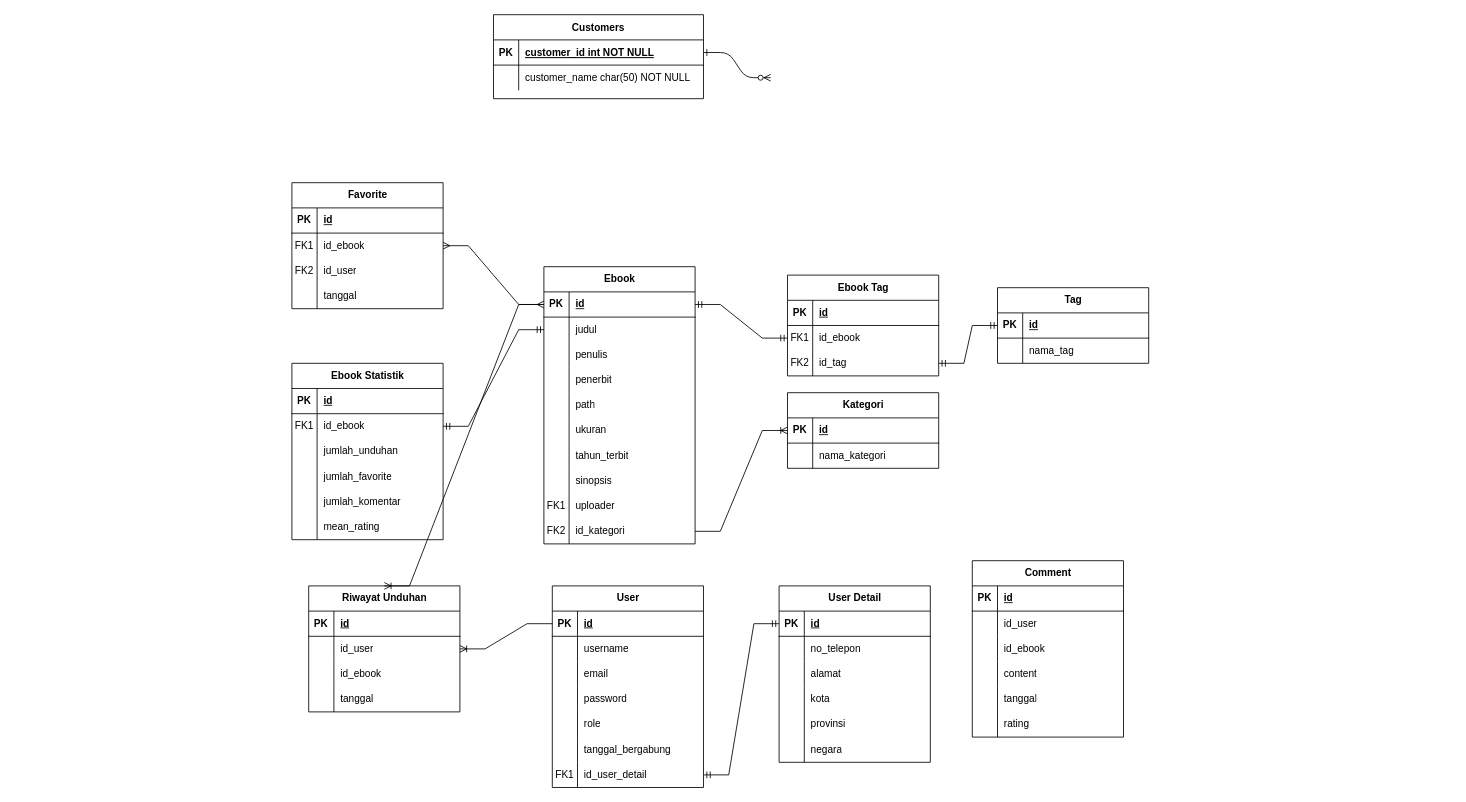
zaenal-abidin-syah/diagram keeps this draw.io diagram as ebshare-fix.drawio. Above is the earlier version. Source tidied: cells renumbered, new cells numbered last; positions are measured from the earlier drawing's top-left corner, leaving out a move shared by most shapes. Both pictures are drawn from the tidied source at 84%, with x=0, y=0 at pixel (291, 14).
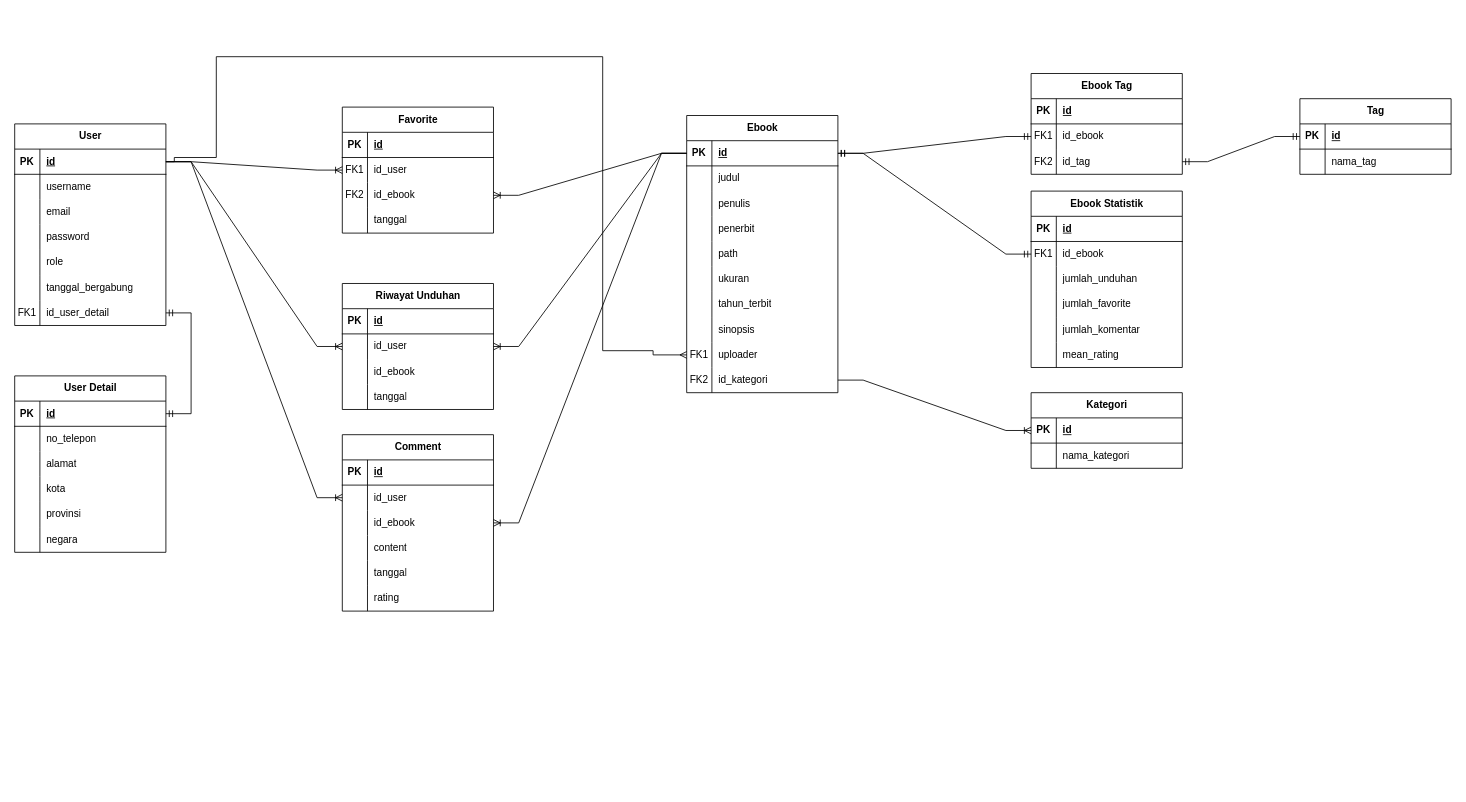
After the change.

The change refers to these unchanged cells:
```xml
<mxCell id="11" style="shape=tableRow;horizontal=0;startSize=0;swimlaneHead=0;swimlaneBody=0;fillColor=none;points=[[0,0.5],[1,0.5]];portConstraint=eastwest;top=0;left=0;right=0;bottom=1;" parent="10" vertex="1">
  <mxGeometry y="30" width="180" height="30" as="geometry" />
</mxCell>
<mxCell id="14" style="shape=tableRow;horizontal=0;startSize=0;swimlaneHead=0;swimlaneBody=0;fillColor=none;points=[[0,0.5],[1,0.5]];portConstraint=eastwest;top=0;left=0;right=0;bottom=0;" parent="10" vertex="1">
  <mxGeometry y="60" width="180" height="30" as="geometry" />
</mxCell>
<mxCell id="35" style="shape=tableRow;horizontal=0;startSize=0;swimlaneHead=0;swimlaneBody=0;fillColor=none;points=[[0,0.5],[1,0.5]];portConstraint=eastwest;top=0;left=0;right=0;bottom=0;" parent="10" vertex="1">
  <mxGeometry y="270" width="180" height="30" as="geometry" />
</mxCell>
<mxCell id="69" style="shape=tableRow;horizontal=0;startSize=0;swimlaneHead=0;swimlaneBody=0;fillColor=none;points=[[0,0.5],[1,0.5]];portConstraint=eastwest;top=0;left=0;right=0;bottom=0;" parent="65" vertex="1">
  <mxGeometry y="60" width="180" height="30" as="geometry" />
</mxCell>
<mxCell id="72" style="shape=tableRow;horizontal=0;startSize=0;swimlaneHead=0;swimlaneBody=0;fillColor=none;points=[[0,0.5],[1,0.5]];portConstraint=eastwest;top=0;left=0;right=0;bottom=0;" parent="65" vertex="1">
  <mxGeometry y="90" width="180" height="30" as="geometry" />
</mxCell>
<mxCell id="82" style="shape=tableRow;horizontal=0;startSize=0;swimlaneHead=0;swimlaneBody=0;fillColor=none;points=[[0,0.5],[1,0.5]];portConstraint=eastwest;top=0;left=0;right=0;bottom=0;" parent="78" vertex="1">
  <mxGeometry y="60" width="180" height="30" as="geometry" />
</mxCell>
<mxCell id="98" style="shape=tableRow;horizontal=0;startSize=0;swimlaneHead=0;swimlaneBody=0;fillColor=none;points=[[0,0.5],[1,0.5]];portConstraint=eastwest;top=0;left=0;right=0;bottom=1;" parent="97" vertex="1">
  <mxGeometry y="30" width="180" height="30" as="geometry" />
</mxCell>
<mxCell id="116" style="shape=tableRow;horizontal=0;startSize=0;swimlaneHead=0;swimlaneBody=0;fillColor=none;points=[[0,0.5],[1,0.5]];portConstraint=eastwest;top=0;left=0;right=0;bottom=0;" parent="97" vertex="1">
  <mxGeometry y="210" width="180" height="30" as="geometry" />
</mxCell>
<mxCell id="120" style="shape=tableRow;horizontal=0;startSize=0;swimlaneHead=0;swimlaneBody=0;fillColor=none;points=[[0,0.5],[1,0.5]];portConstraint=eastwest;top=0;left=0;right=0;bottom=1;" parent="119" vertex="1">
  <mxGeometry y="30" width="180" height="30" as="geometry" />
</mxCell>
<mxCell id="142" style="shape=tableRow;horizontal=0;startSize=0;swimlaneHead=0;swimlaneBody=0;fillColor=none;points=[[0,0.5],[1,0.5]];portConstraint=eastwest;top=0;left=0;right=0;bottom=0;" parent="138" vertex="1">
  <mxGeometry y="60" width="180" height="30" as="geometry" />
</mxCell>
<mxCell id="155" style="shape=tableRow;horizontal=0;startSize=0;swimlaneHead=0;swimlaneBody=0;fillColor=none;points=[[0,0.5],[1,0.5]];portConstraint=eastwest;top=0;left=0;right=0;bottom=0;" parent="151" vertex="1">
  <mxGeometry y="60" width="180" height="30" as="geometry" />
</mxCell>
<mxCell id="158" style="shape=tableRow;horizontal=0;startSize=0;swimlaneHead=0;swimlaneBody=0;fillColor=none;points=[[0,0.5],[1,0.5]];portConstraint=eastwest;top=0;left=0;right=0;bottom=0;" parent="151" vertex="1">
  <mxGeometry y="90" width="180" height="30" as="geometry" />
</mxCell>
```

Diff of the diagram source:
```diff
@@
-    <mxCell id="2" style="edgeStyle=entityRelationEdgeStyle;endArrow=ERzeroToMany;startArrow=ERone;endFill=1;startFill=0;" parent="1" edge="1" source="4">
-      <mxGeometry relative="1" as="geometry">
-        <mxPoint x="570" y="75" as="targetPoint" />
-      </mxGeometry>
-    </mxCell>
-    <mxCell id="3" value="Customers" style="shape=table;startSize=30;childLayout=tableLayout;rowLines=0;fontStyle=1;align=center;" parent="1" vertex="1">
-      <mxGeometry x="240" width="250" height="100" as="geometry" />
-    </mxCell>
-    <mxCell id="4" style="shape=partialRectangle;fillColor=none;points=[[0,0.5],[1,0.5]];portConstraint=eastwest;top=0;left=0;right=0;bottom=1;" parent="3" vertex="1">
-      <mxGeometry y="30" width="250" height="30" as="geometry" />
-    </mxCell>
-    <mxCell id="5" value="PK" style="shape=partialRectangle;overflow=hidden;fillColor=none;top=0;left=0;bottom=0;right=0;fontStyle=1;" parent="4" vertex="1">
-      <mxGeometry width="30" height="30" as="geometry" />
-    </mxCell>
-    <mxCell id="6" value="customer_id int NOT NULL " style="shape=partialRectangle;overflow=hidden;fillColor=none;top=0;left=0;bottom=0;right=0;align=left;spacingLeft=6;fontStyle=5;" parent="4" vertex="1">
-      <mxGeometry x="30" width="220" height="30" as="geometry" />
-    </mxCell>
-    <mxCell id="7" style="shape=partialRectangle;fillColor=none;top=0;left=0;right=0;bottom=0;" parent="3" vertex="1">
-      <mxGeometry y="60" width="250" height="30" as="geometry" />
-    </mxCell>
-    <mxCell id="8" style="shape=partialRectangle;overflow=hidden;fillColor=none;top=0;left=0;bottom=0;right=0;" parent="7" vertex="1">
-      <mxGeometry width="30" height="30" as="geometry" />
-    </mxCell>
-    <mxCell id="9" value="customer_name char(50) NOT NULL" style="shape=partialRectangle;overflow=hidden;fillColor=none;top=0;left=0;bottom=0;right=0;align=left;spacingLeft=6;" parent="7" vertex="1">
-      <mxGeometry x="30" width="220" height="30" as="geometry" />
-    </mxCell>
     <mxCell id="10" value="Ebook" style="shape=table;startSize=30;childLayout=tableLayout;rowLines=0;fontStyle=1;align=center;html=1;" parent="1" vertex="1">
-      <mxGeometry x="300" y="300" width="180" height="330" as="geometry" />
+      <mxGeometry x="470" y="120" width="180" height="330" as="geometry" />
     </mxCell>
@@
     <mxCell id="41" value="Kategori" style="shape=table;startSize=30;childLayout=tableLayout;rowLines=0;fontStyle=1;align=center;html=1;" parent="1" vertex="1">
-      <mxGeometry x="590" y="450" width="180" height="90" as="geometry" />
+      <mxGeometry x="880" y="450" width="180" height="90" as="geometry" />
     </mxCell>
@@
     <mxCell id="48" value="Tag" style="shape=table;startSize=30;childLayout=tableLayout;rowLines=0;fontStyle=1;align=center;html=1;" parent="1" vertex="1">
-      <mxGeometry x="840" y="325" width="180" height="90" as="geometry" />
+      <mxGeometry x="1200" y="100" width="180" height="90" as="geometry" />
     </mxCell>
@@
     <mxCell id="55" value="Ebook Tag" style="shape=table;startSize=30;childLayout=tableLayout;rowLines=0;fontStyle=1;align=center;html=1;" parent="1" vertex="1">
-      <mxGeometry x="590" y="310" width="180" height="120" as="geometry" />
+      <mxGeometry x="880" y="70" width="180" height="120" as="geometry" />
     </mxCell>
@@
     <mxCell id="65" value="Favorite" style="shape=table;startSize=30;childLayout=tableLayout;rowLines=0;fontStyle=1;align=center;html=1;" parent="1" vertex="1">
-      <mxGeometry y="200" width="180" height="150" as="geometry" />
+      <mxGeometry x="60" y="110" width="180" height="150" as="geometry" />
     </mxCell>
@@
-    <mxCell id="71" value="id_ebook" style="shape=partialRectangle;fillColor=none;top=0;left=0;bottom=0;right=0;align=left;spacingLeft=6;overflow=hidden;whiteSpace=wrap;html=1;" parent="69" vertex="1">
+    <mxCell id="71" value="id_user" style="shape=partialRectangle;fillColor=none;top=0;left=0;bottom=0;right=0;align=left;spacingLeft=6;overflow=hidden;whiteSpace=wrap;html=1;" parent="69" vertex="1">
       <mxGeometry x="30" width="150" height="30" as="geometry" />
     </mxCell>
@@
-    <mxCell id="74" value="id_user" style="shape=partialRectangle;fillColor=none;top=0;left=0;bottom=0;right=0;align=left;spacingLeft=6;overflow=hidden;whiteSpace=wrap;html=1;" parent="72" vertex="1">
+    <mxCell id="74" value="id_ebook" style="shape=partialRectangle;fillColor=none;top=0;left=0;bottom=0;right=0;align=left;spacingLeft=6;overflow=hidden;whiteSpace=wrap;html=1;" parent="72" vertex="1">
       <mxGeometry x="30" width="150" height="30" as="geometry" />
     </mxCell>
@@
     <mxCell id="78" value="Ebook Statistik" style="shape=table;startSize=30;childLayout=tableLayout;rowLines=0;fontStyle=1;align=center;html=1;" parent="1" vertex="1">
-      <mxGeometry y="415" width="180" height="210" as="geometry" />
+      <mxGeometry x="880" y="210" width="180" height="210" as="geometry" />
     </mxCell>
@@
     <mxCell id="97" value="User" style="shape=table;startSize=30;childLayout=tableLayout;rowLines=0;fontStyle=1;align=center;html=1;" parent="1" vertex="1">
-      <mxGeometry x="310" y="680" width="180" height="240" as="geometry" />
+      <mxGeometry x="-330" y="130" width="180" height="240" as="geometry" />
     </mxCell>
@@
     <mxCell id="119" value="User Detail" style="shape=table;startSize=30;childLayout=tableLayout;rowLines=0;fontStyle=1;align=center;html=1;" parent="1" vertex="1">
-      <mxGeometry x="580" y="680" width="180" height="210" as="geometry" />
+      <mxGeometry x="-330" y="430" width="180" height="210" as="geometry" />
     </mxCell>
@@
     <mxCell id="138" value="Riwayat Unduhan" style="shape=table;startSize=30;childLayout=tableLayout;rowLines=0;fontStyle=1;align=center;html=1;" parent="1" vertex="1">
-      <mxGeometry x="20" y="680" width="180" height="150" as="geometry" />
+      <mxGeometry x="60" y="320" width="180" height="150" as="geometry" />
     </mxCell>
@@
     <mxCell id="151" value="Comment" style="shape=table;startSize=30;childLayout=tableLayout;rowLines=0;fontStyle=1;align=center;html=1;" parent="1" vertex="1">
-      <mxGeometry x="810" y="650" width="180" height="210" as="geometry" />
+      <mxGeometry x="60" y="500" width="180" height="210" as="geometry" />
     </mxCell>
@@
-    <mxCell id="173" style="edgeStyle=entityRelationEdgeStyle;fontSize=12;html=1;endArrow=ERmany;startArrow=ERmany;rounded=0;entryX=1;entryY=0.5;entryDx=0;entryDy=0;exitX=0;exitY=0.5;exitDx=0;exitDy=0;" parent="1" edge="1" source="11" target="69">
-      <mxGeometry relative="1" as="geometry" />
-    </mxCell>
-    <mxCell id="174" style="edgeStyle=entityRelationEdgeStyle;fontSize=12;html=1;endArrow=ERmandOne;startArrow=ERmandOne;rounded=0;entryX=0;entryY=0.5;entryDx=0;entryDy=0;" parent="1" edge="1" source="82" target="14">
+    <mxCell id="174" style="edgeStyle=entityRelationEdgeStyle;fontSize=12;html=1;endArrow=ERmandOne;startArrow=ERmandOne;rounded=0;entryX=1;entryY=0.5;entryDx=0;entryDy=0;" parent="1" edge="1" source="82" target="11">
       <mxGeometry relative="1" as="geometry">
         <Array as="points">
           <mxPoint x="300" y="390" />
           <mxPoint x="290" y="410" />
         </Array>
       </mxGeometry>
     </mxCell>
-    <mxCell id="175" style="edgeStyle=entityRelationEdgeStyle;fontSize=12;html=1;endArrow=ERmandOne;startArrow=ERmandOne;rounded=0;entryX=0;entryY=0.5;entryDx=0;entryDy=0;exitX=1;exitY=0.5;exitDx=0;exitDy=0;" parent="1" edge="1" source="116" target="120">
+    <mxCell id="175" style="edgeStyle=entityRelationEdgeStyle;fontSize=12;html=1;endArrow=ERmandOne;startArrow=ERmandOne;rounded=0;entryX=1;entryY=0.5;entryDx=0;entryDy=0;exitX=1;exitY=0.5;exitDx=0;exitDy=0;" parent="1" edge="1" source="116" target="120">
       <mxGeometry relative="1" as="geometry" />
     </mxCell>
-    <mxCell id="176" style="edgeStyle=entityRelationEdgeStyle;fontSize=12;html=1;endArrow=ERoneToMany;rounded=0;entryX=1;entryY=0.5;entryDx=0;entryDy=0;exitX=0;exitY=0.5;exitDx=0;exitDy=0;" parent="1" edge="1" source="98" target="142">
+    <mxCell id="176" style="edgeStyle=entityRelationEdgeStyle;fontSize=12;html=1;endArrow=ERoneToMany;rounded=0;exitX=1;exitY=0.5;exitDx=0;exitDy=0;entryX=0;entryY=0.5;entryDx=0;entryDy=0;" parent="1" edge="1" source="98" target="142">
       <mxGeometry relative="1" as="geometry" />
     </mxCell>
-    <mxCell id="177" style="edgeStyle=entityRelationEdgeStyle;fontSize=12;html=1;endArrow=ERoneToMany;rounded=0;entryX=0.5;entryY=0;entryDx=0;entryDy=0;exitX=0;exitY=0.5;exitDx=0;exitDy=0;" parent="1" edge="1" source="11" target="138">
+    <mxCell id="177" style="edgeStyle=entityRelationEdgeStyle;fontSize=12;html=1;endArrow=ERoneToMany;rounded=0;entryX=1;entryY=0.5;entryDx=0;entryDy=0;exitX=0;exitY=0.5;exitDx=0;exitDy=0;" parent="1" edge="1" source="11" target="142">
       <mxGeometry relative="1" as="geometry">
         <Array as="points">
           <mxPoint x="70" y="800" />
           <mxPoint x="80" y="710" />
         </Array>
       </mxGeometry>
     </mxCell>
+    <mxCell id="178" style="edgeStyle=entityRelationEdgeStyle;fontSize=12;html=1;endArrow=ERoneToMany;rounded=0;exitX=1;exitY=0.5;exitDx=0;exitDy=0;entryX=0;entryY=0.5;entryDx=0;entryDy=0;" parent="1" edge="1" source="98" target="69">
+      <mxGeometry relative="1" as="geometry" />
+    </mxCell>
+    <mxCell id="179" style="edgeStyle=entityRelationEdgeStyle;fontSize=12;html=1;endArrow=ERoneToMany;rounded=0;exitX=1;exitY=0.5;exitDx=0;exitDy=0;entryX=0;entryY=0.5;entryDx=0;entryDy=0;" parent="1" edge="1" source="98" target="155">
+      <mxGeometry relative="1" as="geometry" />
+    </mxCell>
+    <mxCell id="180" style="edgeStyle=entityRelationEdgeStyle;fontSize=12;html=1;endArrow=ERoneToMany;rounded=0;entryX=1;entryY=0.5;entryDx=0;entryDy=0;exitX=0;exitY=0.5;exitDx=0;exitDy=0;" parent="1" edge="1" source="11" target="72">
+      <mxGeometry relative="1" as="geometry">
+        <Array as="points">
+          <mxPoint x="80" y="810" />
+          <mxPoint x="90" y="720" />
+        </Array>
+      </mxGeometry>
+    </mxCell>
+    <mxCell id="181" style="edgeStyle=entityRelationEdgeStyle;fontSize=12;html=1;endArrow=ERoneToMany;rounded=0;entryX=1;entryY=0.5;entryDx=0;entryDy=0;exitX=0;exitY=0.5;exitDx=0;exitDy=0;" parent="1" edge="1" source="11" target="158">
+      <mxGeometry relative="1" as="geometry">
+        <Array as="points">
+          <mxPoint x="90" y="820" />
+          <mxPoint x="100" y="730" />
+        </Array>
+      </mxGeometry>
+    </mxCell>
+    <mxCell id="182" style="edgeStyle=orthogonalEdgeStyle;fontSize=12;html=1;endArrow=ERmany;rounded=0;exitX=1;exitY=0.5;exitDx=0;exitDy=0;entryX=0;entryY=0.5;entryDx=0;entryDy=0;" parent="1" edge="1" source="98" target="35">
+      <mxGeometry relative="1" as="geometry">
+        <Array as="points">
+          <mxPoint x="-140" y="175" />
+          <mxPoint x="-140" y="170" />
+          <mxPoint x="-90" y="170" />
+          <mxPoint x="-90" y="50" />
+          <mxPoint x="370" y="50" />
+          <mxPoint x="370" y="400" />
+          <mxPoint x="430" y="400" />
+          <mxPoint x="430" y="405" />
+        </Array>
+      </mxGeometry>
+    </mxCell>
```
